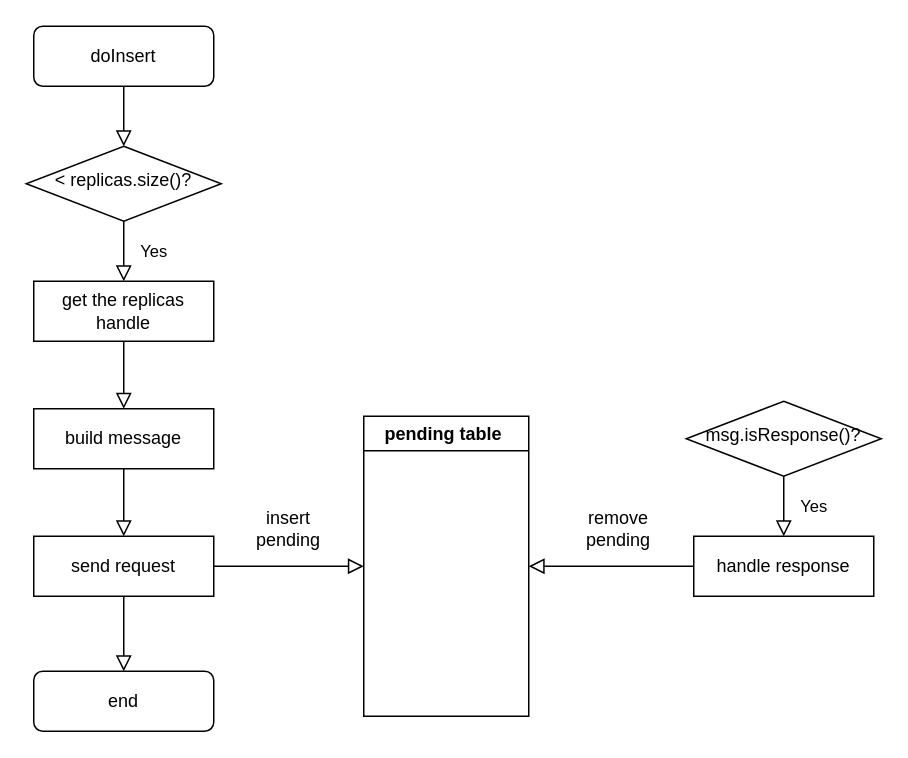
The draw.io diagram PastImpl.drawio in OneOverThree/PastryTest, before the edit. Source tidied: cells renumbered, new cells numbered last; positions are measured from the earlier drawing's top-left corner, leaving out a move shared by most shapes. Both pictures are drawn from the tidied source at 150%, with x=0, y=0 at pixel (26, 26).
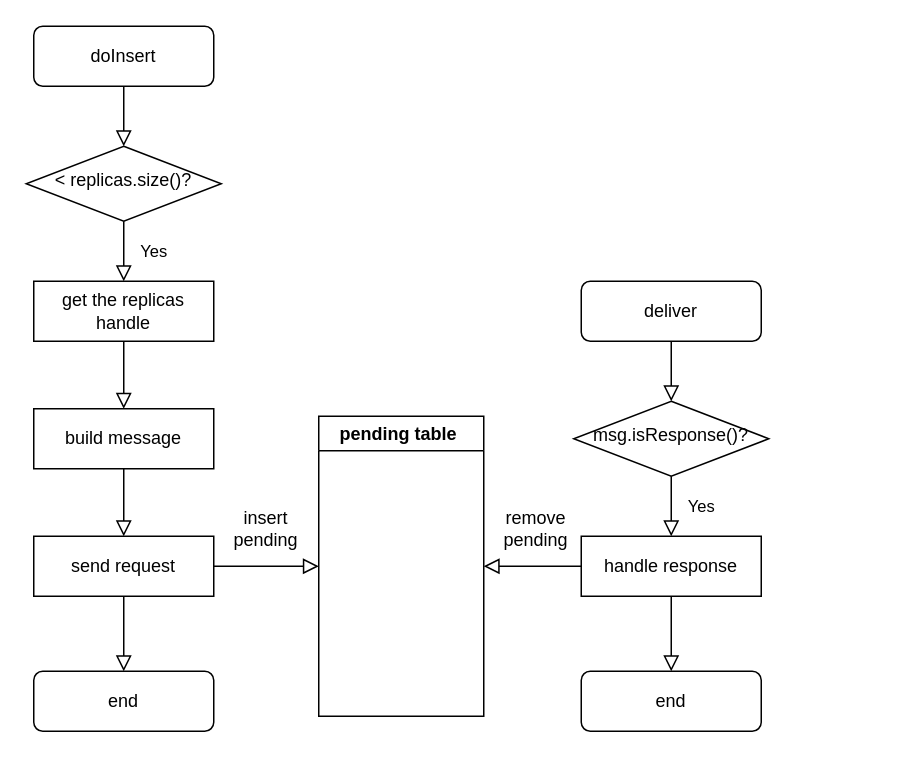
The same page after the edit.

Change to the diagram source:
```diff
@@
     <mxCell id="13" value="pending table&amp;nbsp;" style="swimlane;whiteSpace=wrap;html=1;" parent="1" vertex="1">
-      <mxGeometry x="225" y="260" width="110" height="200" as="geometry" />
+      <mxGeometry x="195" y="260" width="110" height="200" as="geometry" />
     </mxCell>
@@
     <mxCell id="15" value="insert pending" style="text;html=1;strokeColor=none;fillColor=none;align=center;verticalAlign=middle;whiteSpace=wrap;rounded=0;" parent="1" vertex="1">
-      <mxGeometry x="145" y="320" width="60" height="30" as="geometry" />
+      <mxGeometry x="130" y="320" width="60" height="30" as="geometry" />
     </mxCell>
     <mxCell id="16" value="handle response" style="rounded=0;whiteSpace=wrap;html=1;" parent="1" vertex="1">
-      <mxGeometry x="445" y="340" width="120" height="40" as="geometry" />
+      <mxGeometry x="370" y="340" width="120" height="40" as="geometry" />
     </mxCell>
@@
     <mxCell id="18" value="remove pending" style="text;html=1;strokeColor=none;fillColor=none;align=center;verticalAlign=middle;whiteSpace=wrap;rounded=0;" parent="1" vertex="1">
-      <mxGeometry x="365" y="320" width="60" height="30" as="geometry" />
+      <mxGeometry x="310" y="320" width="60" height="30" as="geometry" />
     </mxCell>
     <mxCell id="19" value="msg.isResponse()?" style="rhombus;whiteSpace=wrap;html=1;shadow=0;fontFamily=Helvetica;fontSize=12;align=center;strokeWidth=1;spacing=6;spacingTop=-4;" parent="1" vertex="1">
-      <mxGeometry x="440" y="250" width="130" height="50" as="geometry" />
+      <mxGeometry x="365" y="250" width="130" height="50" as="geometry" />
     </mxCell>
@@
+    <mxCell id="21" value="deliver" style="rounded=1;whiteSpace=wrap;html=1;fontSize=12;glass=0;strokeWidth=1;shadow=0;" parent="1" vertex="1">
+      <mxGeometry x="370" y="170" width="120" height="40" as="geometry" />
+    </mxCell>
+    <mxCell id="22" style="rounded=0;html=1;jettySize=auto;fontSize=11;endArrow=block;endFill=0;endSize=8;strokeWidth=1;shadow=0;labelBackgroundColor=none;edgeStyle=orthogonalEdgeStyle;exitX=0.5;exitY=1;exitDx=0;exitDy=0;entryX=0.5;entryY=0;entryDx=0;entryDy=0;" parent="1" edge="1" source="21" target="19">
+      <mxGeometry relative="1" as="geometry" />
+    </mxCell>
+    <mxCell id="23" value="end" style="rounded=1;whiteSpace=wrap;html=1;fontSize=12;glass=0;strokeWidth=1;shadow=0;" parent="1" vertex="1">
+      <mxGeometry x="370" y="430" width="120" height="40" as="geometry" />
+    </mxCell>
+    <mxCell id="24" style="rounded=0;html=1;jettySize=auto;fontSize=11;endArrow=block;endFill=0;endSize=8;strokeWidth=1;shadow=0;labelBackgroundColor=none;edgeStyle=orthogonalEdgeStyle;exitX=0.5;exitY=1;exitDx=0;exitDy=0;" parent="1" edge="1" source="16" target="23">
+      <mxGeometry y="20" relative="1" as="geometry" />
+    </mxCell>
```
